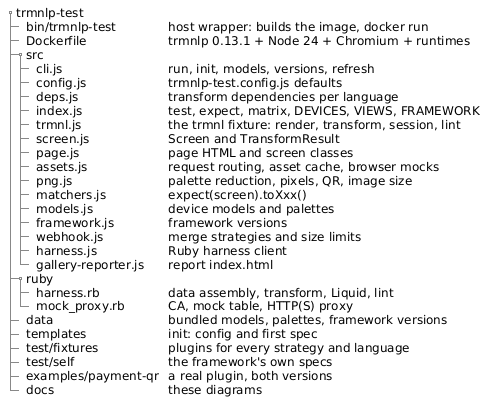
ExcuseMi/trmnlp-test keeps this PlantUML diagram as docs/structure.png. Above is the earlier version. Source of this version:
```plantuml
@startsalt structure
{
{T
+ trmnlp-test
++ bin/trmnlp-test | host wrapper: builds the image, docker run
++ Dockerfile | trmnlp 0.13.1 + Node 24 + Chromium + runtimes
++ src
+++ cli.js | run, init, models, versions, refresh
+++ config.js | trmnlp-test.config.js defaults
+++ deps.js | transform dependencies per language
+++ index.js | test, expect, matrix, DEVICES, VIEWS, FRAMEWORK
+++ trmnl.js | the trmnl fixture: render, transform, session, lint
+++ screen.js | Screen and TransformResult
+++ page.js | page HTML and screen classes
+++ assets.js | request routing, asset cache, browser mocks
+++ png.js | palette reduction, pixels, QR, image size
+++ matchers.js | expect(screen).toXxx()
+++ models.js | device models and palettes
+++ framework.js | framework versions
+++ webhook.js | merge strategies and size limits
+++ harness.js | Ruby harness client
+++ gallery-reporter.js | report index.html
++ ruby
+++ harness.rb | data assembly, transform, Liquid, lint
+++ mock_proxy.rb | CA, mock table, HTTP(S) proxy
++ data | bundled models, palettes, framework versions
++ templates | init: config and first spec
++ test/fixtures | plugins for every strategy and language
++ test/self | the framework's own specs
++ examples/payment-qr | a real plugin, both versions
++ docs | these diagrams
}
}
@endsalt
```
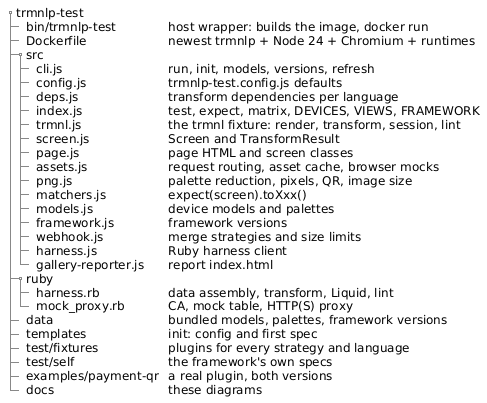
After the commit.

Commit message:
Follow the newest trmnlp release

The edit, as a diff of the source:
```diff
@@ -3,7 +3,7 @@
 {T
 + trmnlp-test
 ++ bin/trmnlp-test | host wrapper: builds the image, docker run
-++ Dockerfile | trmnlp 0.13.1 + Node 24 + Chromium + runtimes
+++ Dockerfile | newest trmnlp + Node 24 + Chromium + runtimes
 ++ src
 +++ cli.js | run, init, models, versions, refresh
 +++ config.js | trmnlp-test.config.js defaults
```
